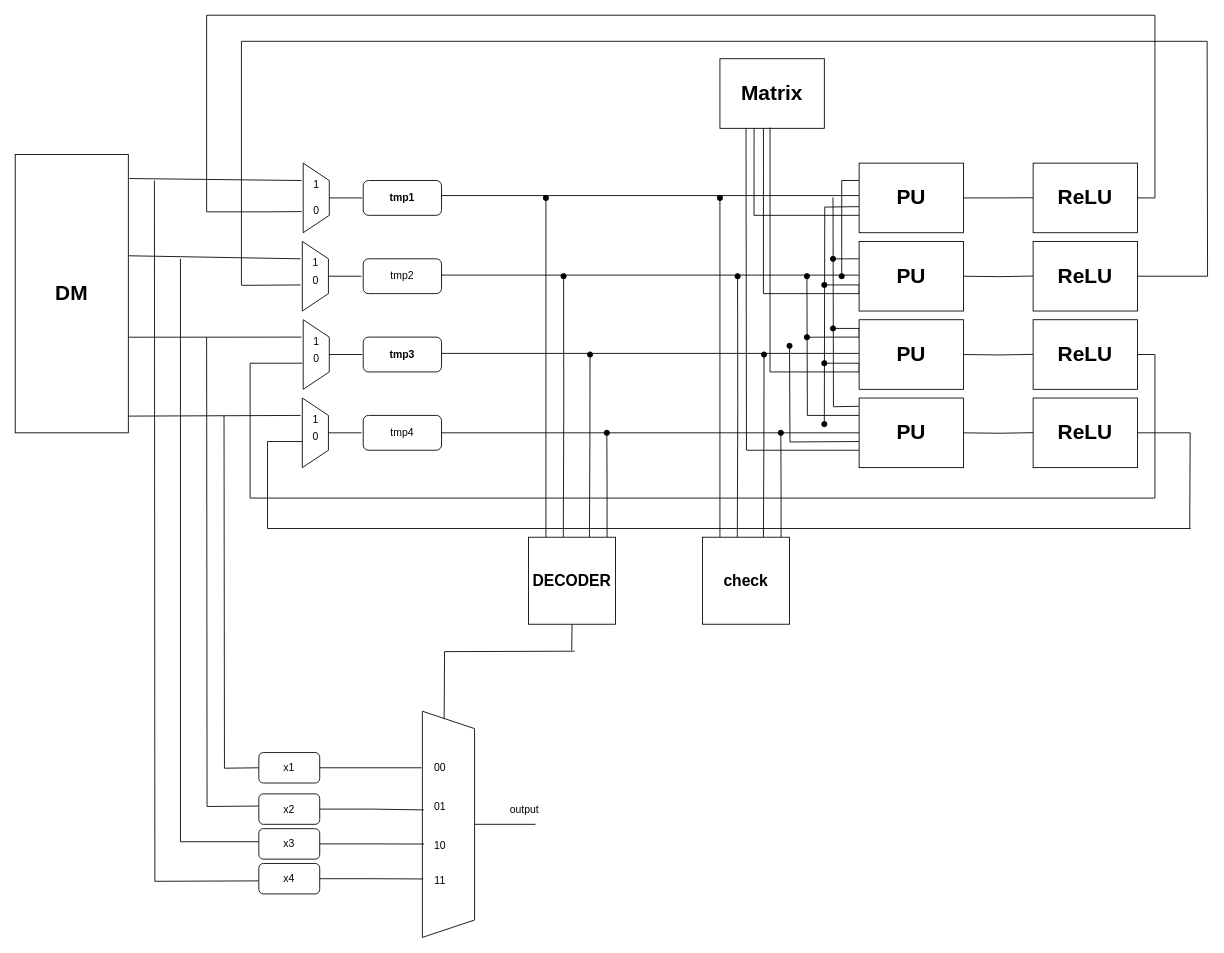
This is P1 - Maxnet NN/Assets/DP.drawio from Shahriar-0/Computer-Aided-Design-Course-Projects-F2024, a draw.io file, before an edit. Source tidied: cells renumbered, new cells numbered last; positions are measured from the earlier drawing's top-left corner, leaving out a move shared by most shapes. Both pictures are drawn from the tidied source at 87%, with x=0, y=0 at pixel (15, 15).
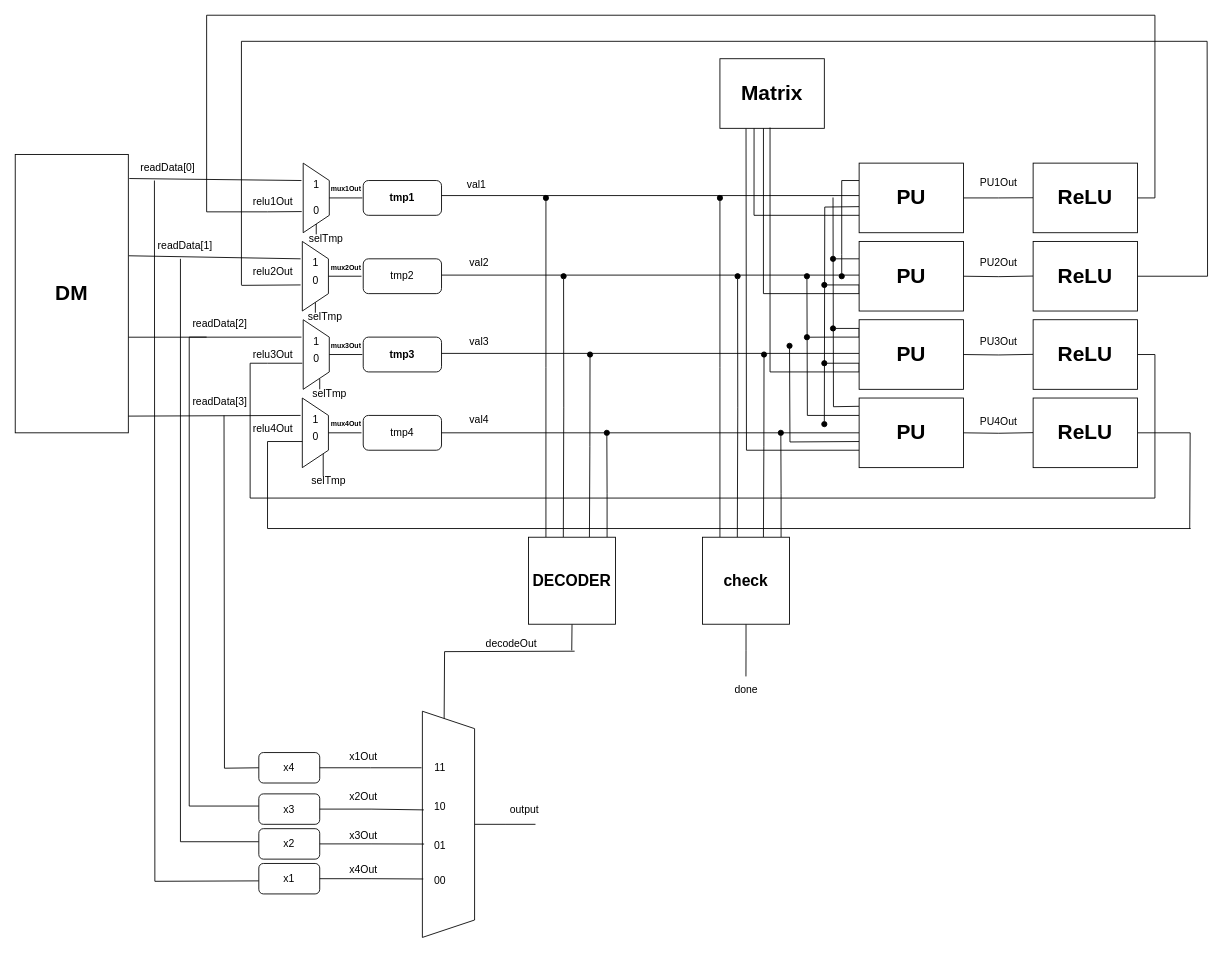
The same diagram, later.

Commit message (it also covers changes not shown here):
wire named dp

Unchanged cells that the change refers to:
```xml
<mxCell id="21" style="shape=trapezoid;perimeter=trapezoidPerimeter;whiteSpace=wrap;html=1;fixedSize=1;direction=south;" parent="1" vertex="1">
  <mxGeometry x="330" y="440" width="30" height="80" as="geometry" />
</mxCell>
<mxCell id="65" value="&lt;h2&gt;check&lt;/h2&gt;" style="whiteSpace=wrap;html=1;" parent="1" vertex="1">
  <mxGeometry x="790" y="600" width="100" height="100" as="geometry" />
</mxCell>
```

Change to the diagram source:
```diff
@@
+    <mxCell id="101" style="edgeStyle=orthogonalEdgeStyle;rounded=0;jettySize=auto;html=1;exitX=1;exitY=0;exitDx=0;exitDy=0;endArrow=none;endFill=0;" parent="1" edge="1" source="21">
+      <mxGeometry relative="1" as="geometry">
+        <mxPoint x="354" y="530" as="targetPoint" />
+      </mxGeometry>
+    </mxCell>
@@
     <mxCell id="45" style="edgeStyle=orthogonalEdgeStyle;rounded=0;orthogonalLoop=1;jettySize=auto;html=1;endArrow=none;endFill=0;" parent="1" edge="1">
       <mxGeometry relative="1" as="geometry">
         <mxPoint x="280" y="909" as="sourcePoint" />
         <mxPoint x="220" y="370" as="targetPoint" />
+        <Array as="points">
+          <mxPoint x="200" y="909" />
+          <mxPoint x="200" y="370" />
+        </Array>
       </mxGeometry>
     </mxCell>
@@
-    <mxCell id="48" value="00" style="text;html=1;align=center;verticalAlign=middle;strokeColor=none;fillColor=none;" parent="1" vertex="1">
+    <mxCell id="48" value="11" style="text;html=1;align=center;verticalAlign=middle;strokeColor=none;fillColor=none;" parent="1" vertex="1">
       <mxGeometry x="468" y="850" width="40" height="30" as="geometry" />
     </mxCell>
-    <mxCell id="49" value="01" style="text;html=1;align=center;verticalAlign=middle;points=[];strokeColor=none;fillColor=none;" parent="1" vertex="1">
+    <mxCell id="49" value="10" style="text;html=1;align=center;verticalAlign=middle;points=[];strokeColor=none;fillColor=none;" parent="1" vertex="1">
       <mxGeometry x="468" y="895" width="40" height="30" as="geometry" />
     </mxCell>
-    <mxCell id="50" value="10" style="text;html=1;align=center;verticalAlign=middle;points=[];strokeColor=none;fillColor=none;" parent="1" vertex="1">
+    <mxCell id="50" value="01" style="text;html=1;align=center;verticalAlign=middle;points=[];strokeColor=none;fillColor=none;" parent="1" vertex="1">
       <mxGeometry x="468" y="940" width="40" height="30" as="geometry" />
     </mxCell>
-    <mxCell id="51" value="11" style="text;html=1;align=center;verticalAlign=middle;points=[];strokeColor=none;fillColor=none;" parent="1" vertex="1">
+    <mxCell id="51" value="00" style="text;html=1;align=center;verticalAlign=middle;points=[];strokeColor=none;fillColor=none;" parent="1" vertex="1">
       <mxGeometry x="468" y="980" width="40" height="30" as="geometry" />
     </mxCell>
@@
-    <mxCell id="53" value="x1" style="rounded=1;whiteSpace=wrap;html=1;" parent="1" vertex="1">
+    <mxCell id="53" value="x4" style="rounded=1;whiteSpace=wrap;html=1;" parent="1" vertex="1">
       <mxGeometry x="280" y="847.5" width="70" height="35" as="geometry" />
     </mxCell>
-    <mxCell id="54" value="x2" style="rounded=1;whiteSpace=wrap;html=1;" parent="1" vertex="1">
+    <mxCell id="54" value="x3" style="rounded=1;whiteSpace=wrap;html=1;" parent="1" vertex="1">
       <mxGeometry x="280" y="895" width="70" height="35" as="geometry" />
     </mxCell>
-    <mxCell id="55" value="x3" style="rounded=1;whiteSpace=wrap;html=1;" parent="1" vertex="1">
+    <mxCell id="55" value="x2" style="rounded=1;whiteSpace=wrap;html=1;" parent="1" vertex="1">
       <mxGeometry x="280" y="935" width="70" height="35" as="geometry" />
     </mxCell>
-    <mxCell id="56" value="x4" style="rounded=1;whiteSpace=wrap;html=1;" parent="1" vertex="1">
+    <mxCell id="56" value="x1" style="rounded=1;whiteSpace=wrap;html=1;" parent="1" vertex="1">
       <mxGeometry x="280" y="975" width="70" height="35" as="geometry" />
     </mxCell>
@@
+    <mxCell id="102" style="edgeStyle=orthogonalEdgeStyle;rounded=0;jettySize=auto;html=1;exitX=0.5;exitY=1;exitDx=0;exitDy=0;endArrow=none;endFill=0;" parent="1" edge="1" source="65">
+      <mxGeometry relative="1" as="geometry">
+        <mxPoint x="839.9" y="760" as="targetPoint" />
+      </mxGeometry>
+    </mxCell>
@@
+    <mxCell id="103" value="selTmp" style="text;html=1;align=center;verticalAlign=middle;strokeColor=none;fillColor=none;" parent="1" vertex="1">
+      <mxGeometry x="330" y="520" width="60" height="30" as="geometry" />
+    </mxCell>
+    <mxCell id="104" style="edgeStyle=orthogonalEdgeStyle;rounded=0;jettySize=auto;html=1;endArrow=none;endFill=0;exitX=0.317;exitY=-0.064;exitDx=0;exitDy=0;exitPerimeter=0;" parent="1" edge="1" source="105">
+      <mxGeometry relative="1" as="geometry">
+        <mxPoint x="350" y="430" as="targetPoint" />
+      </mxGeometry>
+    </mxCell>
+    <mxCell id="105" value="selTmp" style="text;html=1;align=center;verticalAlign=middle;points=[];strokeColor=none;fillColor=none;" parent="1" vertex="1">
+      <mxGeometry x="331" y="420" width="60" height="30" as="geometry" />
+    </mxCell>
+    <mxCell id="106" style="edgeStyle=orthogonalEdgeStyle;rounded=0;jettySize=auto;html=1;endArrow=none;endFill=0;exitX=0.317;exitY=-0.064;exitDx=0;exitDy=0;exitPerimeter=0;" parent="1" edge="1" source="107">
+      <mxGeometry relative="1" as="geometry">
+        <mxPoint x="345" y="342" as="targetPoint" />
+      </mxGeometry>
+    </mxCell>
+    <mxCell id="107" value="selTmp" style="text;html=1;align=center;verticalAlign=middle;points=[];strokeColor=none;fillColor=none;" parent="1" vertex="1">
+      <mxGeometry x="326" y="332" width="60" height="30" as="geometry" />
+    </mxCell>
+    <mxCell id="108" style="edgeStyle=orthogonalEdgeStyle;rounded=0;jettySize=auto;html=1;endArrow=none;endFill=0;exitX=0.317;exitY=-0.064;exitDx=0;exitDy=0;exitPerimeter=0;" parent="1" edge="1" source="109">
+      <mxGeometry relative="1" as="geometry">
+        <mxPoint x="346" y="251.9" as="targetPoint" />
+      </mxGeometry>
+    </mxCell>
+    <mxCell id="109" value="selTmp" style="text;html=1;align=center;verticalAlign=middle;points=[];strokeColor=none;fillColor=none;" parent="1" vertex="1">
+      <mxGeometry x="327" y="241.9" width="60" height="30" as="geometry" />
+    </mxCell>
+    <mxCell id="110" value="readData[0]" style="text;html=1;align=center;verticalAlign=middle;strokeColor=none;fillColor=none;" parent="1" vertex="1">
+      <mxGeometry x="130" y="160" width="90" height="30" as="geometry" />
+    </mxCell>
+    <mxCell id="111" value="readData[2]" style="text;html=1;align=center;verticalAlign=middle;strokeColor=none;fillColor=none;" parent="1" vertex="1">
+      <mxGeometry x="190" y="340" width="90" height="30" as="geometry" />
+    </mxCell>
+    <mxCell id="112" value="readData[1]" style="text;html=1;align=center;verticalAlign=middle;strokeColor=none;fillColor=none;" parent="1" vertex="1">
+      <mxGeometry x="150" y="250" width="90" height="30" as="geometry" />
+    </mxCell>
+    <mxCell id="113" value="readData[3]" style="text;html=1;align=center;verticalAlign=middle;strokeColor=none;fillColor=none;" parent="1" vertex="1">
+      <mxGeometry x="190" y="430" width="90" height="30" as="geometry" />
+    </mxCell>
+    <mxCell id="114" value="relu1Out" style="text;html=1;align=center;verticalAlign=middle;strokeColor=none;fillColor=none;" parent="1" vertex="1">
+      <mxGeometry x="261" y="200" width="70" height="30" as="geometry" />
+    </mxCell>
+    <mxCell id="115" value="relu2Out" style="text;html=1;align=center;verticalAlign=middle;strokeColor=none;fillColor=none;" parent="1" vertex="1">
+      <mxGeometry x="261" y="280" width="70" height="30" as="geometry" />
+    </mxCell>
+    <mxCell id="116" value="relu3Out" style="text;html=1;align=center;verticalAlign=middle;strokeColor=none;fillColor=none;" parent="1" vertex="1">
+      <mxGeometry x="261" y="375" width="70" height="30" as="geometry" />
+    </mxCell>
+    <mxCell id="117" value="relu4Out" style="text;html=1;align=center;verticalAlign=middle;strokeColor=none;fillColor=none;" parent="1" vertex="1">
+      <mxGeometry x="261" y="460" width="70" height="30" as="geometry" />
+    </mxCell>
+    <mxCell id="118" value="x1Out" style="text;html=1;align=center;verticalAlign=middle;strokeColor=none;fillColor=none;" parent="1" vertex="1">
+      <mxGeometry x="370" y="838" width="60" height="30" as="geometry" />
+    </mxCell>
+    <mxCell id="119" value="x2Out" style="text;html=1;align=center;verticalAlign=middle;strokeColor=none;fillColor=none;" parent="1" vertex="1">
+      <mxGeometry x="370" y="882.5" width="60" height="30" as="geometry" />
+    </mxCell>
+    <mxCell id="120" value="x3Out" style="text;html=1;align=center;verticalAlign=middle;strokeColor=none;fillColor=none;" parent="1" vertex="1">
+      <mxGeometry x="370" y="928" width="60" height="30" as="geometry" />
+    </mxCell>
+    <mxCell id="121" value="x4Out" style="text;html=1;align=center;verticalAlign=middle;strokeColor=none;fillColor=none;" parent="1" vertex="1">
+      <mxGeometry x="370" y="968" width="60" height="30" as="geometry" />
+    </mxCell>
+    <mxCell id="122" value="decodeOut" style="text;html=1;align=center;verticalAlign=middle;strokeColor=none;fillColor=none;" parent="1" vertex="1">
+      <mxGeometry x="530" y="708" width="80" height="30" as="geometry" />
+    </mxCell>
+    <mxCell id="123" value="&lt;h6&gt;mux1Out&lt;/h6&gt;" style="text;html=1;align=center;verticalAlign=middle;strokeColor=none;fillColor=none;" parent="1" vertex="1">
+      <mxGeometry x="350" y="170" width="60" height="60" as="geometry" />
+    </mxCell>
+    <mxCell id="124" value="&lt;h6&gt;mux2Out&lt;/h6&gt;" style="text;html=1;align=center;verticalAlign=middle;strokeColor=none;fillColor=none;" parent="1" vertex="1">
+      <mxGeometry x="350" y="260" width="60" height="60" as="geometry" />
+    </mxCell>
+    <mxCell id="125" value="&lt;h6&gt;mux3Out&lt;/h6&gt;" style="text;html=1;align=center;verticalAlign=middle;strokeColor=none;fillColor=none;" parent="1" vertex="1">
+      <mxGeometry x="350" y="350" width="60" height="60" as="geometry" />
+    </mxCell>
+    <mxCell id="126" value="&lt;h6&gt;mux4Out&lt;/h6&gt;" style="text;html=1;align=center;verticalAlign=middle;strokeColor=none;fillColor=none;" parent="1" vertex="1">
+      <mxGeometry x="350" y="440" width="60" height="60" as="geometry" />
+    </mxCell>
+    <mxCell id="127" value="val1" style="text;html=1;align=center;verticalAlign=middle;strokeColor=none;fillColor=none;" parent="1" vertex="1">
+      <mxGeometry x="505" y="180" width="50" height="30" as="geometry" />
+    </mxCell>
+    <mxCell id="128" value="val2" style="text;html=1;align=center;verticalAlign=middle;strokeColor=none;fillColor=none;" parent="1" vertex="1">
+      <mxGeometry x="508" y="270" width="50" height="30" as="geometry" />
+    </mxCell>
+    <mxCell id="129" value="val3" style="text;html=1;align=center;verticalAlign=middle;strokeColor=none;fillColor=none;" parent="1" vertex="1">
+      <mxGeometry x="508" y="360" width="50" height="30" as="geometry" />
+    </mxCell>
+    <mxCell id="130" value="val4" style="text;html=1;align=center;verticalAlign=middle;strokeColor=none;fillColor=none;" parent="1" vertex="1">
+      <mxGeometry x="508" y="450" width="50" height="30" as="geometry" />
+    </mxCell>
+    <mxCell id="131" value="done" style="text;html=1;align=center;verticalAlign=middle;strokeColor=none;fillColor=none;" parent="1" vertex="1">
+      <mxGeometry x="815" y="760" width="50" height="30" as="geometry" />
+    </mxCell>
+    <mxCell id="132" value="PU1Out" style="text;html=1;align=center;verticalAlign=middle;strokeColor=none;fillColor=none;" parent="1" vertex="1">
+      <mxGeometry x="1095" y="178" width="70" height="30" as="geometry" />
+    </mxCell>
+    <mxCell id="133" value="PU2Out" style="text;html=1;align=center;verticalAlign=middle;strokeColor=none;fillColor=none;" parent="1" vertex="1">
+      <mxGeometry x="1095" y="270" width="70" height="30" as="geometry" />
+    </mxCell>
+    <mxCell id="134" value="PU3Out" style="text;html=1;align=center;verticalAlign=middle;strokeColor=none;fillColor=none;" parent="1" vertex="1">
+      <mxGeometry x="1095" y="360" width="70" height="30" as="geometry" />
+    </mxCell>
+    <mxCell id="135" value="PU4Out" style="text;html=1;align=center;verticalAlign=middle;strokeColor=none;fillColor=none;" parent="1" vertex="1">
+      <mxGeometry x="1095" y="452" width="70" height="30" as="geometry" />
+    </mxCell>
```
